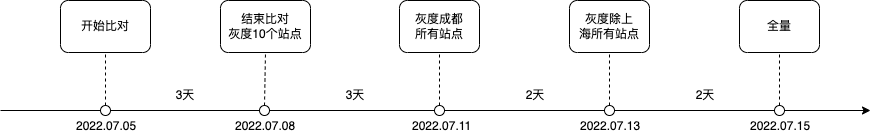
The draw.io diagram 特色专区重构灰度上线计划.png in Ant-dong/images, before a commit. Source tidied: cells renumbered, new cells last; positions are measured from the earlier drawing's top-left corner, leaving out a move shared by most shapes. The source it was exported from:
```xml
<mxGraphModel>
  <root>
    <mxCell id="0" />
    <mxCell id="1" parent="0" />
    <mxCell id="2" style="endArrow=classic;html=1;rounded=0;startArrow=none;" parent="1" edge="1">
      <mxGeometry relative="1" as="geometry">
        <mxPoint x="260" y="110" as="sourcePoint" />
        <mxPoint x="870" y="110" as="targetPoint" />
      </mxGeometry>
    </mxCell>
    <mxCell id="3" value="开始比对" style="rounded=1;whiteSpace=wrap;html=1;" parent="1" vertex="1">
      <mxGeometry x="60" width="90" height="52" as="geometry" />
    </mxCell>
    <mxCell id="4" value="2022.07.05" style="text;strokeColor=none;fillColor=none;align=left;verticalAlign=middle;spacingLeft=4;spacingRight=4;overflow=hidden;" parent="1" vertex="1">
      <mxGeometry x="70" y="115" width="80" height="20" as="geometry" />
    </mxCell>
    <mxCell id="5" style="endArrow=none;html=1;rounded=0;entryX=0.5;entryY=1;entryDx=0;entryDy=0;exitX=0.5;exitY=0;exitDx=0;exitDy=0;dashed=1;" parent="1" edge="1" source="12" target="3">
      <mxGeometry relative="1" as="geometry" />
    </mxCell>
    <mxCell id="6" style="endArrow=none;html=1;rounded=0;" parent="1" edge="1">
      <mxGeometry relative="1" as="geometry">
        <mxPoint y="110" as="sourcePoint" />
        <mxPoint x="260" y="110" as="targetPoint" />
      </mxGeometry>
    </mxCell>
    <mxCell id="7" style="ellipse;whiteSpace=wrap;html=1;" parent="1" vertex="1">
      <mxGeometry x="259" y="105" width="10" height="10" as="geometry" />
    </mxCell>
    <mxCell id="8" value="结束比对&lt;br&gt;灰度10个站点" style="rounded=1;whiteSpace=wrap;html=1;" parent="1" vertex="1">
      <mxGeometry x="220" width="90" height="52" as="geometry" />
    </mxCell>
    <mxCell id="9" value="2022.07.08" style="text;strokeColor=none;fillColor=none;align=left;verticalAlign=middle;spacingLeft=4;spacingRight=4;overflow=hidden;" parent="1" vertex="1">
      <mxGeometry x="229" y="115" width="80" height="20" as="geometry" />
    </mxCell>
    <mxCell id="10" style="endArrow=none;html=1;rounded=0;entryX=0.5;entryY=1;entryDx=0;entryDy=0;exitX=0.5;exitY=0;exitDx=0;exitDy=0;dashed=1;" parent="1" edge="1" source="7" target="8">
      <mxGeometry relative="1" as="geometry" />
    </mxCell>
    <mxCell id="11" value="3天" style="text;html=1;strokeColor=none;fillColor=none;align=center;verticalAlign=middle;whiteSpace=wrap;rounded=0;" parent="1" vertex="1">
      <mxGeometry x="170" y="85" width="30" height="20" as="geometry" />
    </mxCell>
    <mxCell id="12" style="ellipse;whiteSpace=wrap;html=1;" parent="1" vertex="1">
      <mxGeometry x="100" y="105" width="10" height="10" as="geometry" />
    </mxCell>
    <mxCell id="13" style="ellipse;whiteSpace=wrap;html=1;" parent="1" vertex="1">
      <mxGeometry x="434" y="105" width="10" height="10" as="geometry" />
    </mxCell>
    <mxCell id="14" value="灰度成都&lt;br&gt;所有站点" style="rounded=1;whiteSpace=wrap;html=1;" parent="1" vertex="1">
      <mxGeometry x="399" width="80" height="52" as="geometry" />
    </mxCell>
    <mxCell id="15" value="2022.07.11" style="text;strokeColor=none;fillColor=none;align=left;verticalAlign=middle;spacingLeft=4;spacingRight=4;overflow=hidden;" parent="1" vertex="1">
      <mxGeometry x="406" y="115" width="80" height="20" as="geometry" />
    </mxCell>
    <mxCell id="16" style="endArrow=none;html=1;rounded=0;entryX=0.5;entryY=1;entryDx=0;entryDy=0;exitX=0.5;exitY=0;exitDx=0;exitDy=0;dashed=1;" parent="1" edge="1" source="13" target="14">
      <mxGeometry relative="1" as="geometry" />
    </mxCell>
    <mxCell id="17" value="3天" style="text;html=1;strokeColor=none;fillColor=none;align=center;verticalAlign=middle;whiteSpace=wrap;rounded=0;" parent="1" vertex="1">
      <mxGeometry x="340" y="85" width="30" height="20" as="geometry" />
    </mxCell>
    <mxCell id="18" style="ellipse;whiteSpace=wrap;html=1;" parent="1" vertex="1">
      <mxGeometry x="604" y="105" width="10" height="10" as="geometry" />
    </mxCell>
    <mxCell id="19" value="灰度除上&lt;br&gt;海所有站点" style="rounded=1;whiteSpace=wrap;html=1;" parent="1" vertex="1">
      <mxGeometry x="569" width="80" height="52" as="geometry" />
    </mxCell>
    <mxCell id="20" value="2022.07.13" style="text;strokeColor=none;fillColor=none;align=left;verticalAlign=middle;spacingLeft=4;spacingRight=4;overflow=hidden;" parent="1" vertex="1">
      <mxGeometry x="574" y="115" width="80" height="20" as="geometry" />
    </mxCell>
    <mxCell id="21" style="endArrow=none;html=1;rounded=0;entryX=0.5;entryY=1;entryDx=0;entryDy=0;exitX=0.5;exitY=0;exitDx=0;exitDy=0;dashed=1;" parent="1" edge="1" source="18" target="19">
      <mxGeometry relative="1" as="geometry" />
    </mxCell>
    <mxCell id="22" value="2天" style="text;html=1;strokeColor=none;fillColor=none;align=center;verticalAlign=middle;whiteSpace=wrap;rounded=0;" parent="1" vertex="1">
      <mxGeometry x="520" y="85" width="30" height="20" as="geometry" />
    </mxCell>
    <mxCell id="23" value="2天" style="text;html=1;strokeColor=none;fillColor=none;align=center;verticalAlign=middle;whiteSpace=wrap;rounded=0;" parent="1" vertex="1">
      <mxGeometry x="690" y="85" width="30" height="20" as="geometry" />
    </mxCell>
    <mxCell id="24" style="ellipse;whiteSpace=wrap;html=1;" parent="1" vertex="1">
      <mxGeometry x="774" y="105" width="10" height="10" as="geometry" />
    </mxCell>
    <mxCell id="25" value="全量" style="rounded=1;whiteSpace=wrap;html=1;" parent="1" vertex="1">
      <mxGeometry x="739" width="80" height="52" as="geometry" />
    </mxCell>
    <mxCell id="26" value="2022.07.15" style="text;strokeColor=none;fillColor=none;align=left;verticalAlign=middle;spacingLeft=4;spacingRight=4;overflow=hidden;" parent="1" vertex="1">
      <mxGeometry x="744" y="115" width="80" height="20" as="geometry" />
    </mxCell>
    <mxCell id="27" style="endArrow=none;html=1;rounded=0;entryX=0.5;entryY=1;entryDx=0;entryDy=0;exitX=0.5;exitY=0;exitDx=0;exitDy=0;dashed=1;" parent="1" edge="1" source="24" target="25">
      <mxGeometry relative="1" as="geometry" />
    </mxCell>
  </root>
</mxGraphModel>
```
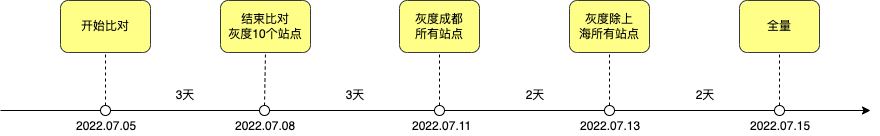
The same diagram one commit later.

Commit message:
Update 特色专区重构灰度上线计划.png

What changed in the source:
```diff
@@ -8,7 +8,7 @@
         <mxPoint x="870" y="110" as="targetPoint" />
       </mxGeometry>
     </mxCell>
-    <mxCell id="3" value="开始比对" style="rounded=1;whiteSpace=wrap;html=1;" parent="1" vertex="1">
+    <mxCell id="3" value="开始比对" style="rounded=1;whiteSpace=wrap;html=1;fillColor=#ffff88;strokeColor=#36393d;" parent="1" vertex="1">
       <mxGeometry x="60" width="90" height="52" as="geometry" />
     </mxCell>
     <mxCell id="4" value="2022.07.05" style="text;strokeColor=none;fillColor=none;align=left;verticalAlign=middle;spacingLeft=4;spacingRight=4;overflow=hidden;" parent="1" vertex="1">
@@ -26,7 +26,7 @@
     <mxCell id="7" style="ellipse;whiteSpace=wrap;html=1;" parent="1" vertex="1">
       <mxGeometry x="259" y="105" width="10" height="10" as="geometry" />
     </mxCell>
-    <mxCell id="8" value="结束比对&lt;br&gt;灰度10个站点" style="rounded=1;whiteSpace=wrap;html=1;" parent="1" vertex="1">
+    <mxCell id="8" value="结束比对&lt;br&gt;灰度10个站点" style="rounded=1;whiteSpace=wrap;html=1;fillColor=#ffff88;strokeColor=#36393d;" parent="1" vertex="1">
       <mxGeometry x="220" width="90" height="52" as="geometry" />
     </mxCell>
     <mxCell id="9" value="2022.07.08" style="text;strokeColor=none;fillColor=none;align=left;verticalAlign=middle;spacingLeft=4;spacingRight=4;overflow=hidden;" parent="1" vertex="1">
@@ -44,7 +44,7 @@
     <mxCell id="13" style="ellipse;whiteSpace=wrap;html=1;" parent="1" vertex="1">
       <mxGeometry x="434" y="105" width="10" height="10" as="geometry" />
     </mxCell>
-    <mxCell id="14" value="灰度成都&lt;br&gt;所有站点" style="rounded=1;whiteSpace=wrap;html=1;" parent="1" vertex="1">
+    <mxCell id="14" value="灰度成都&lt;br&gt;所有站点" style="rounded=1;whiteSpace=wrap;html=1;fillColor=#ffff88;strokeColor=#36393d;" parent="1" vertex="1">
       <mxGeometry x="399" width="80" height="52" as="geometry" />
     </mxCell>
     <mxCell id="15" value="2022.07.11" style="text;strokeColor=none;fillColor=none;align=left;verticalAlign=middle;spacingLeft=4;spacingRight=4;overflow=hidden;" parent="1" vertex="1">
@@ -59,7 +59,7 @@
     <mxCell id="18" style="ellipse;whiteSpace=wrap;html=1;" parent="1" vertex="1">
       <mxGeometry x="604" y="105" width="10" height="10" as="geometry" />
     </mxCell>
-    <mxCell id="19" value="灰度除上&lt;br&gt;海所有站点" style="rounded=1;whiteSpace=wrap;html=1;" parent="1" vertex="1">
+    <mxCell id="19" value="灰度除上&lt;br&gt;海所有站点" style="rounded=1;whiteSpace=wrap;html=1;fillColor=#ffff88;strokeColor=#36393d;" parent="1" vertex="1">
       <mxGeometry x="569" width="80" height="52" as="geometry" />
     </mxCell>
     <mxCell id="20" value="2022.07.13" style="text;strokeColor=none;fillColor=none;align=left;verticalAlign=middle;spacingLeft=4;spacingRight=4;overflow=hidden;" parent="1" vertex="1">
@@ -77,7 +77,7 @@
     <mxCell id="24" style="ellipse;whiteSpace=wrap;html=1;" parent="1" vertex="1">
       <mxGeometry x="774" y="105" width="10" height="10" as="geometry" />
     </mxCell>
-    <mxCell id="25" value="全量" style="rounded=1;whiteSpace=wrap;html=1;" parent="1" vertex="1">
+    <mxCell id="25" value="全量" style="rounded=1;whiteSpace=wrap;html=1;fillColor=#ffff88;strokeColor=#36393d;" parent="1" vertex="1">
       <mxGeometry x="739" width="80" height="52" as="geometry" />
     </mxCell>
     <mxCell id="26" value="2022.07.15" style="text;strokeColor=none;fillColor=none;align=left;verticalAlign=middle;spacingLeft=4;spacingRight=4;overflow=hidden;" parent="1" vertex="1">
```
